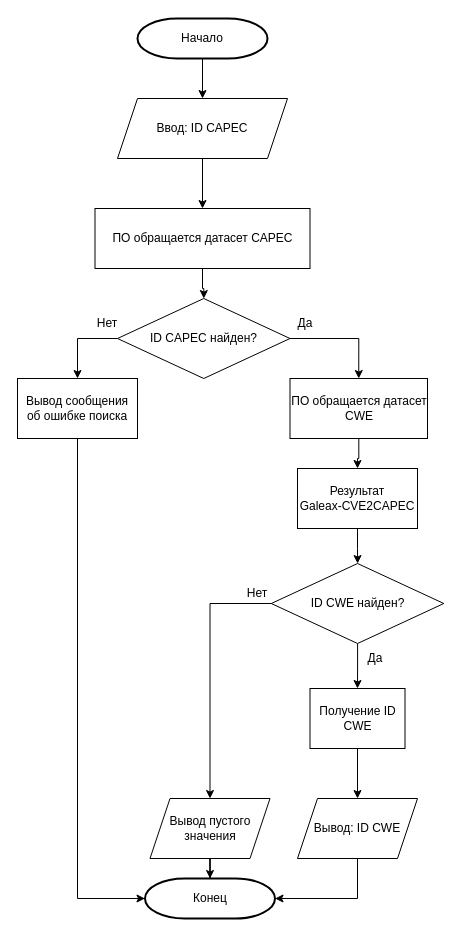
Earlier version of the draw.io diagram Algorithm_OPZ/(1. ВД) 3. Алгоритм Генерация CWE.drawio (SmirnovBogdan8/Diplom). Source tidied: cells renumbered, new cells numbered last; positions are measured from the earlier drawing's top-left corner, leaving out a move shared by most shapes. Both pictures are drawn from the tidied source at 100%, with x=0, y=0 at pixel (17, 18).
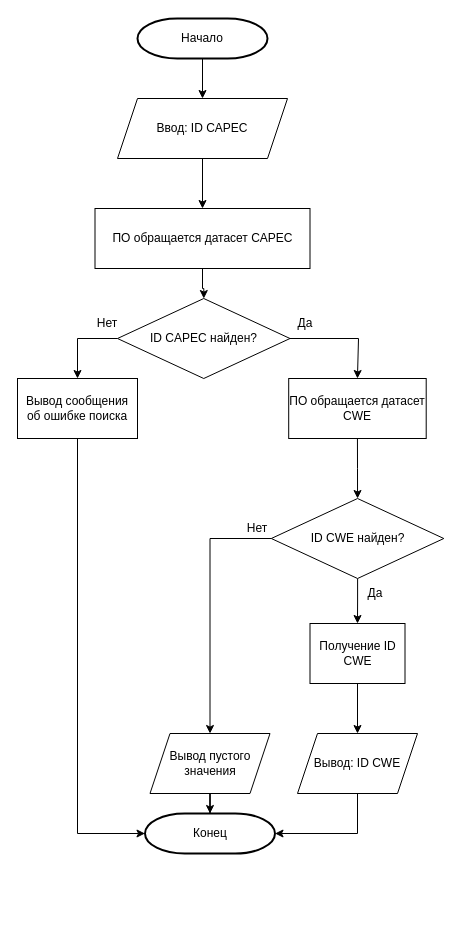
Above is the later version.

Diff of the diagram source:
```diff
@@
     <mxCell id="4" value="Конец" style="strokeWidth=2;html=1;shape=mxgraph.flowchart.terminator;whiteSpace=wrap;" parent="1" vertex="1">
-      <mxGeometry x="127.5" y="860" width="130" height="40" as="geometry" />
+      <mxGeometry x="127.5" y="795" width="130" height="40" as="geometry" />
     </mxCell>
@@
     <mxCell id="8" value="Вывод пустого значения" style="shape=parallelogram;perimeter=parallelogramPerimeter;whiteSpace=wrap;html=1;fixedSize=1;" parent="1" vertex="1">
-      <mxGeometry x="132.5" y="780" width="120" height="60" as="geometry" />
+      <mxGeometry x="132.5" y="715" width="120" height="60" as="geometry" />
     </mxCell>
@@
-    <mxCell id="14" style="edgeStyle=orthogonalEdgeStyle;rounded=0;jettySize=auto;html=1;" parent="1" edge="1" source="15" target="26">
-      <mxGeometry relative="1" as="geometry" />
-    </mxCell>
-    <mxCell id="15" value="&lt;div&gt;Результат&lt;/div&gt;Galeax-CVE2CAPEC" style="rounded=0;whiteSpace=wrap;html=1;" parent="1" vertex="1">
-      <mxGeometry x="280" y="450" width="120" height="60" as="geometry" />
-    </mxCell>
@@
     <mxCell id="17" value="Получение ID CWE" style="rounded=0;whiteSpace=wrap;html=1;" parent="1" vertex="1">
-      <mxGeometry x="292.5" y="670" width="95" height="60" as="geometry" />
+      <mxGeometry x="292.5" y="605" width="95" height="60" as="geometry" />
     </mxCell>
@@
-    <mxCell id="22" style="edgeStyle=orthogonalEdgeStyle;rounded=0;jettySize=auto;html=1;" parent="1" edge="1" source="23" target="15">
-      <mxGeometry relative="1" as="geometry" />
-    </mxCell>
+    <mxCell id="31" style="edgeStyle=orthogonalEdgeStyle;rounded=0;jettySize=auto;html=1;exitX=0.5;exitY=1;exitDx=0;exitDy=0;entryX=0.5;entryY=0;entryDx=0;entryDy=0;" parent="1" edge="1" source="23" target="26">
+      <mxGeometry relative="1" as="geometry" />
+    </mxCell>
     <mxCell id="23" value="ПО обращается датасет CWE" style="rounded=0;whiteSpace=wrap;html=1;" parent="1" vertex="1">
-      <mxGeometry x="272.5" y="360" width="137.5" height="60" as="geometry" />
+      <mxGeometry x="271.2" y="360" width="137.5" height="60" as="geometry" />
     </mxCell>
@@
     <mxCell id="26" value="ID CWE найден?" style="rhombus;whiteSpace=wrap;html=1;" parent="1" vertex="1">
-      <mxGeometry x="253.8" y="545" width="172.5" height="80" as="geometry" />
+      <mxGeometry x="253.8" y="480" width="172.5" height="80" as="geometry" />
     </mxCell>
     <mxCell id="27" value="Вывод: ID CWE" style="shape=parallelogram;perimeter=parallelogramPerimeter;whiteSpace=wrap;html=1;fixedSize=1;" parent="1" vertex="1">
-      <mxGeometry x="280" y="780" width="120" height="60" as="geometry" />
+      <mxGeometry x="280" y="715" width="120" height="60" as="geometry" />
     </mxCell>
     <mxCell id="28" style="edgeStyle=orthogonalEdgeStyle;rounded=0;jettySize=auto;html=1;entryX=1;entryY=0.5;entryDx=0;entryDy=0;entryPerimeter=0;" parent="1" edge="1" source="27" target="4">
       <mxGeometry relative="1" as="geometry">
         <Array as="points">
-          <mxPoint x="340" y="880" />
+          <mxPoint x="340" y="815" />
         </Array>
       </mxGeometry>
     </mxCell>
     <mxCell id="29" value="Да" style="text;html=1;align=center;verticalAlign=middle;whiteSpace=wrap;rounded=0;" parent="1" vertex="1">
-      <mxGeometry x="327.5" y="625" width="60" height="30" as="geometry" />
+      <mxGeometry x="327.5" y="560" width="60" height="30" as="geometry" />
     </mxCell>
     <mxCell id="30" value="Нет" style="text;html=1;align=center;verticalAlign=middle;whiteSpace=wrap;rounded=0;" parent="1" vertex="1">
-      <mxGeometry x="210" y="560" width="60" height="30" as="geometry" />
+      <mxGeometry x="210" y="495" width="60" height="30" as="geometry" />
     </mxCell>
```
